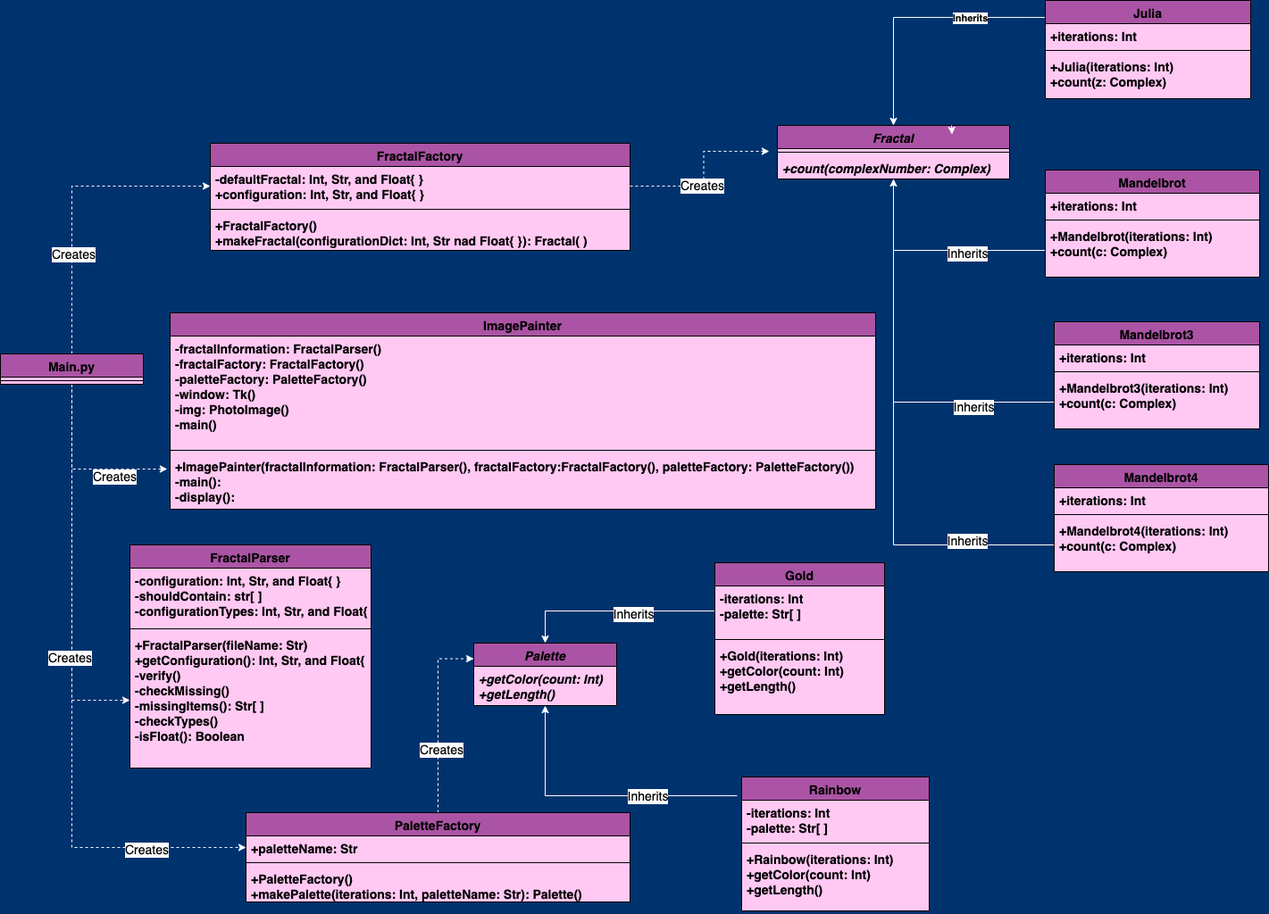
Before: doc/phase_2_UML.png, a diagram exported from draw.io (gavin-robey/fractal_visualizer). Source tidied: cells renumbered, new cells last; positions are measured from the earlier drawing's top-left corner, leaving out a move shared by most shapes.
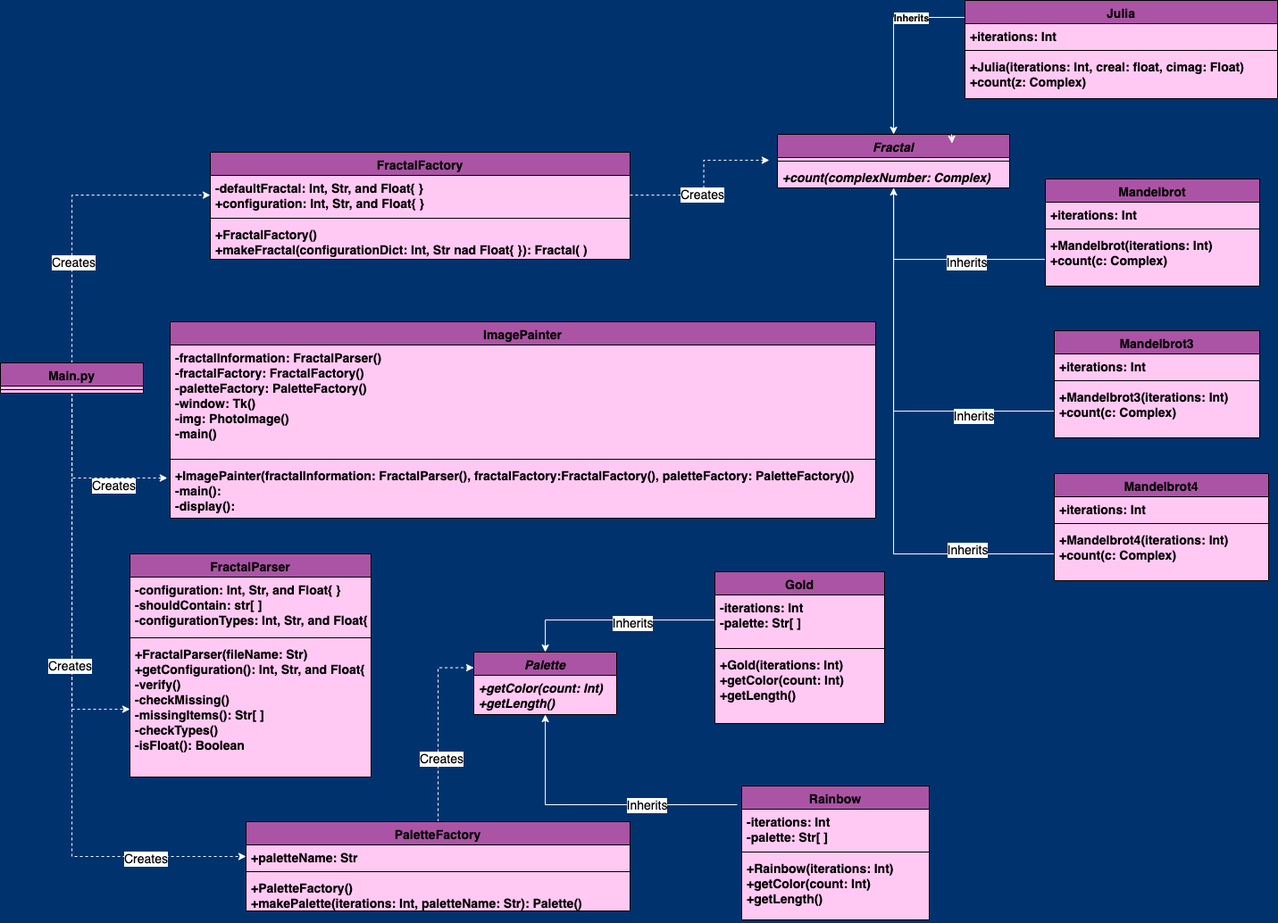
Above is the later version.

Commit message:
Updated the final UML to reflect changes made.

What changed in the source:
```diff
@@ -157,16 +157,16 @@
       <mxGeometry relative="1" as="geometry" />
     </mxCell>
     <mxCell id="48" value="Julia" style="swimlane;fontStyle=1;align=center;verticalAlign=top;horizontal=1;startSize=26;fillColor=#AB54A5;swimlaneFillColor=#FFC9F3;fontSize=14;" parent="1" vertex="1">
-      <mxGeometry x="1170" width="230" height="110" as="geometry" />
+      <mxGeometry x="1080" y="-10" width="350" height="110" as="geometry" />
     </mxCell>
     <mxCell id="49" value="+iterations: Int" style="text;strokeColor=none;fillColor=none;align=left;verticalAlign=top;spacingLeft=4;spacingRight=4;overflow=hidden;points=[[0,0.5],[1,0.5]];portConstraint=eastwest;swimlaneFillColor=#FFC9F3;fontStyle=1;fontSize=14;" parent="48" vertex="1">
-      <mxGeometry y="26" width="230" height="26" as="geometry" />
+      <mxGeometry y="26" width="350" height="26" as="geometry" />
     </mxCell>
     <mxCell id="50" style="line;strokeWidth=1;fillColor=none;align=left;verticalAlign=middle;spacingTop=-1;spacingLeft=3;spacingRight=3;labelPosition=right;swimlaneFillColor=#FFC9F3;fontStyle=1;fontSize=14;" parent="48" vertex="1">
-      <mxGeometry y="52" width="230" height="8" as="geometry" />
+      <mxGeometry y="52" width="350" height="8" as="geometry" />
     </mxCell>
-    <mxCell id="51" value="+Julia(iterations: Int)&#10;+count(z: Complex)" style="text;strokeColor=none;fillColor=none;align=left;verticalAlign=top;spacingLeft=4;spacingRight=4;overflow=hidden;swimlaneFillColor=#FFC9F3;fontStyle=1;fontSize=14;" parent="48" vertex="1">
-      <mxGeometry y="60" width="230" height="50" as="geometry" />
+    <mxCell id="51" value="+Julia(iterations: Int, creal: float, cimag: Float)&#10;+count(z: Complex)" style="text;strokeColor=none;fillColor=none;align=left;verticalAlign=top;spacingLeft=4;spacingRight=4;overflow=hidden;swimlaneFillColor=#FFC9F3;fontStyle=1;fontSize=14;" parent="48" vertex="1">
+      <mxGeometry y="60" width="350" height="50" as="geometry" />
     </mxCell>
     <mxCell id="52" value="Mandelbrot" style="swimlane;fontStyle=1;align=center;verticalAlign=top;horizontal=1;startSize=26;fillColor=#AB54A5;swimlaneFillColor=#FFC9F3;fontSize=14;" parent="1" vertex="1">
       <mxGeometry x="1170" y="190" width="240" height="120" as="geometry" />
```
